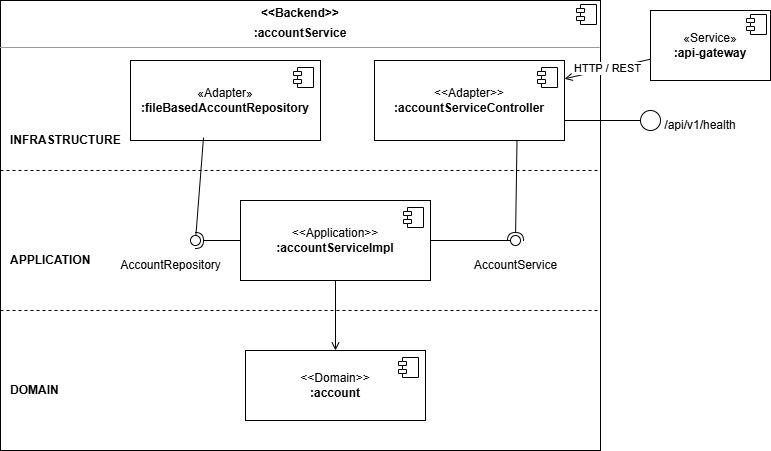
Earlier version of the draw.io export doc/account-service-v2.drawio.png (MarcoMoro10/SAP-Assignment3). Source tidied: cells renumbered, new cells last; positions are measured from the earlier drawing's top-left corner, leaving out a move shared by most shapes.
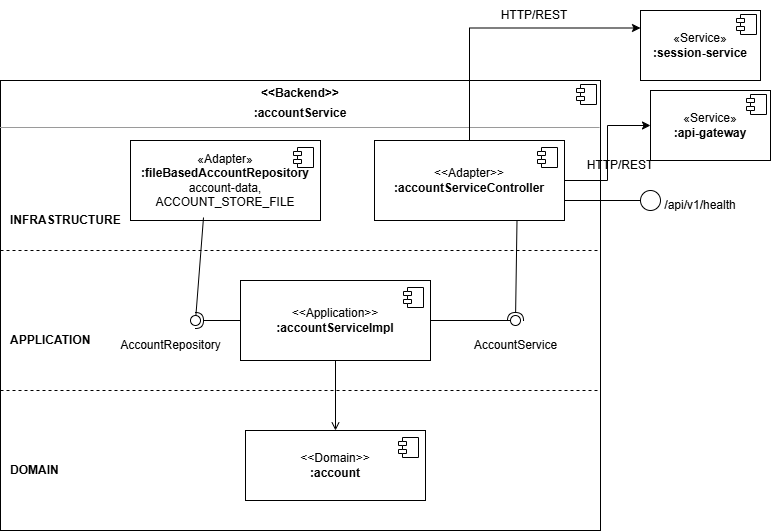
After the commit.

The edit, as a diff of the source:
```diff
@@ -31,7 +31,7 @@
     <mxCell id="8" value="DOMAIN" style="text;html=1;align=left;verticalAlign=middle;fontStyle=1;" parent="1" vertex="1">
       <mxGeometry x="8" y="380" width="120" height="20" as="geometry" />
     </mxCell>
-    <mxCell id="9" value="«Adapter»&lt;br&gt;&lt;b&gt;:fileBasedAccountRepository&lt;/b&gt;" style="html=1;whiteSpace=wrap;fontColor=#000000;" parent="1" vertex="1">
+    <mxCell id="9" value="«Adapter»&lt;br&gt;&lt;b&gt;:fileBasedAccountRepository&lt;/b&gt;&lt;div&gt;&lt;code class=&quot;bg-text-200/5 border border-0.5 border-border-300 text-danger-000 whitespace-pre-wrap rounded-[0.4rem] px-1 py-px text-[0.9rem]&quot; style=&quot;font-family: Helvetica;&quot;&gt;account-data&lt;/code&gt;, &lt;code class=&quot;bg-text-200/5 border border-0.5 border-border-300 text-danger-000 whitespace-pre-wrap rounded-[0.4rem] px-1 py-px text-[0.9rem]&quot; style=&quot;&quot;&gt;&lt;font face=&quot;Helvetica&quot;&gt;ACCOUNT_STORE_FILE&lt;/font&gt;&lt;/code&gt;&lt;b&gt;&lt;/b&gt;&lt;/div&gt;" style="html=1;whiteSpace=wrap;fontColor=#000000;" parent="1" vertex="1">
       <mxGeometry x="130" y="60" width="190" height="80" as="geometry" />
     </mxCell>
     <mxCell id="10" style="shape=module;jettyWidth=8;jettyHeight=4;" parent="9" vertex="1">
@@ -39,6 +39,12 @@
         <mxPoint x="-27" y="7" as="offset" />
       </mxGeometry>
     </mxCell>
+    <mxCell id="34" style="edgeStyle=orthogonalEdgeStyle;rounded=0;jettySize=auto;html=1;exitX=0.5;exitY=0;exitDx=0;exitDy=0;entryX=0;entryY=0.25;entryDx=0;entryDy=0;" parent="1" edge="1" source="11" target="36">
+      <mxGeometry relative="1" as="geometry" />
+    </mxCell>
+    <mxCell id="35" style="edgeStyle=orthogonalEdgeStyle;rounded=0;jettySize=auto;html=1;exitX=1;exitY=0.5;exitDx=0;exitDy=0;" parent="1" edge="1" source="11" target="20">
+      <mxGeometry relative="1" as="geometry" />
+    </mxCell>
     <mxCell id="11" value="&lt;div&gt;&amp;lt;&amp;lt;Adapter&amp;gt;&amp;gt;&lt;/div&gt;&lt;b&gt;:accountServiceController&lt;/b&gt;" style="html=1;whiteSpace=wrap;fontColor=#000000;" parent="1" vertex="1">
       <mxGeometry x="374" y="60" width="190" height="80" as="geometry" />
     </mxCell>
@@ -80,9 +86,6 @@
         <mxPoint x="-24" y="4" as="offset" />
       </mxGeometry>
     </mxCell>
-    <mxCell id="22" value="HTTP / REST" style="endArrow=open;html=1;rounded=0;" parent="1" edge="1" source="20" target="11">
-      <mxGeometry relative="1" as="geometry" />
-    </mxCell>
     <mxCell id="23" style="endArrow=open;html=1;rounded=0;exitX=0.5;exitY=1;exitDx=0;exitDy=0;entryX=0.5;entryY=0;entryDx=0;entryDy=0;" parent="1" edge="1" source="13" target="18">
       <mxGeometry relative="1" as="geometry" />
     </mxCell>
@@ -120,5 +123,19 @@
     <mxCell id="33" value="/api/v1/health" style="text;html=1;whiteSpace=wrap;strokeColor=none;fillColor=none;align=center;verticalAlign=middle;rounded=0;" parent="1" vertex="1">
       <mxGeometry x="670" y="110" width="60" height="30" as="geometry" />
     </mxCell>
+    <mxCell id="36" value="«Service»&lt;br&gt;&lt;b&gt;:session-service&lt;/b&gt;" style="html=1;whiteSpace=wrap;fontColor=#000000;" parent="1" vertex="1">
+      <mxGeometry x="640" y="-70" width="120" height="70" as="geometry" />
+    </mxCell>
+    <mxCell id="37" style="shape=component;jettyWidth=8;jettyHeight=4;" parent="36" vertex="1">
+      <mxGeometry x="1" width="20" height="20" relative="1" as="geometry">
+        <mxPoint x="-24" y="4" as="offset" />
+      </mxGeometry>
+    </mxCell>
+    <mxCell id="38" value="HTTP/REST" style="text;html=1;whiteSpace=wrap;strokeColor=none;fillColor=none;align=center;verticalAlign=middle;rounded=0;" parent="1" vertex="1">
+      <mxGeometry x="504" y="-80" width="60" height="30" as="geometry" />
+    </mxCell>
+    <mxCell id="39" value="HTTP/REST" style="text;html=1;whiteSpace=wrap;strokeColor=none;fillColor=none;align=center;verticalAlign=middle;rounded=0;" parent="1" vertex="1">
+      <mxGeometry x="590" y="70" width="60" height="30" as="geometry" />
+    </mxCell>
   </root>
 </mxGraphModel>
```
